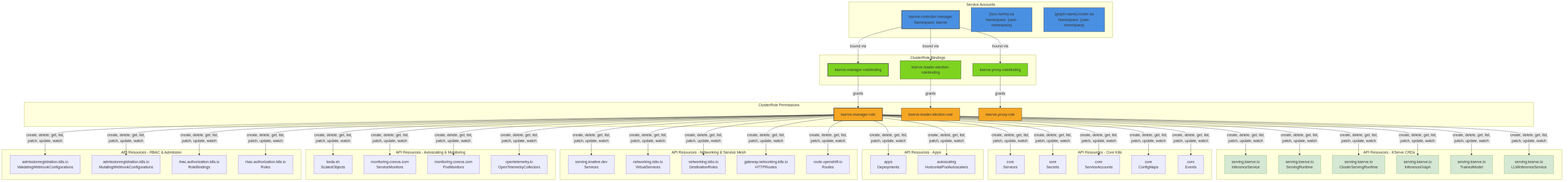
Earlier version of the Mermaid export architecture/rhoai-3.2/diagrams/kserve-rbac.png (rhuss/architecture-context). Its source is kept beside it as architecture/rhoai-3.2/diagrams/kserve-rbac.mmd.
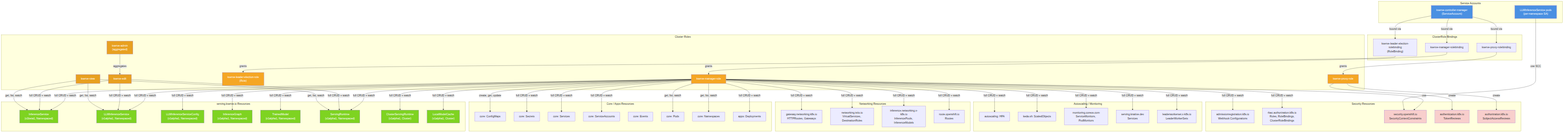
The same file after the commit.

Diff of the diagram source:
```diff
@@ -1,125 +1,141 @@
+
 graph TD
-    subgraph "Service Accounts"
-        SA_Controller[kserve-controller-manager<br/>Namespace: kserve]
-        SA_InferenceService["{isvc-name}-sa<br/>Namespace: {user-namespace}"]
-        SA_Router["{graph-name}-router-sa<br/>Namespace: {user-namespace}"]
+    subgraph ServiceAccounts["Service Accounts"]
+        SA_Controller["kserve-controller-manager<br/>(ServiceAccount)"]
+        SA_LLM["LLMInferenceService pods<br/>(per-namespace SA)"]
     end
 
-    subgraph "ClusterRole Bindings"
-        CRB_Manager[kserve-manager-rolebinding]
-        CRB_LeaderElection[kserve-leader-election-rolebinding]
-        CRB_Proxy[kserve-proxy-rolebinding]
+    subgraph ClusterRoleBindings["ClusterRole Bindings"]
+        CRB_Manager["kserve-manager-rolebinding"]
+        CRB_Proxy["kserve-proxy-rolebinding"]
+        RB_Election["kserve-leader-election-rolebinding<br/>(RoleBinding)"]
     end
 
-    subgraph "ClusterRole Permissions"
-        CR_Manager[kserve-manager-role]
-        CR_LeaderElection[kserve-leader-election-role]
-        CR_Proxy[kserve-proxy-role]
+    subgraph ClusterRoles["Cluster Roles"]
+        CR_Manager["kserve-manager-role"]
+        CR_Proxy["kserve-proxy-role"]
+        CR_Election["kserve-leader-election-role<br/>(Role)"]
+        CR_Admin["kserve-admin<br/>(aggregated)"]
+        CR_Edit["kserve-edit"]
+        CR_View["kserve-view"]
     end
 
-    subgraph "API Resources - KServe CRDs"
-        direction LR
-        InferenceService["serving.kserve.io<br/>InferenceService"]
-        ServingRuntime["serving.kserve.io<br/>ServingRuntime"]
-        ClusterServingRuntime["serving.kserve.io<br/>ClusterServingRuntime"]
-        InferenceGraph["serving.kserve.io<br/>InferenceGraph"]
-        TrainedModel["serving.kserve.io<br/>TrainedModel"]
-        LLMInferenceService["serving.kserve.io<br/>LLMInferenceService"]
+    subgraph KServeCRDs["serving.kserve.io Resources"]
+        InferenceService["InferenceService<br/>(v1beta1, Namespaced)"]
+        LLMInferenceService["LLMInferenceService<br/>(v1alpha1, Namespaced)"]
+        LLMISVCConfig["LLMInferenceServiceConfig<br/>(v1alpha1, Namespaced)"]
+        InferenceGraph["InferenceGraph<br/>(v1alpha1, Namespaced)"]
+        TrainedModel["TrainedModel<br/>(v1alpha1, Namespaced)"]
+        ServingRuntime["ServingRuntime<br/>(v1alpha1, Namespaced)"]
+        ClusterServingRuntime["ClusterServingRuntime<br/>(v1alpha1, Cluster)"]
+        LocalModelCache["LocalModelCache<br/>(v1alpha1, Cluster)"]
     end
 
-    subgraph "API Resources - Core K8s"
-        direction LR
-        Services["core<br/>Services"]
-        Secrets["core<br/>Secrets"]
-        ServiceAccounts["core<br/>ServiceAccounts"]
-        ConfigMaps["core<br/>ConfigMaps"]
-        Events["core<br/>Events"]
+    subgraph CoreResources["Core / Apps Resources"]
+        ConfigMaps["core: ConfigMaps"]
+        Secrets["core: Secrets"]
+        Services["core: Services"]
+        ServiceAccts["core: ServiceAccounts"]
+        Events["core: Events"]
+        Pods["core: Pods"]
+        Namespaces["core: Namespaces"]
+        Deployments["apps: Deployments"]
     end
 
-    subgraph "API Resources - Apps"
-        direction LR
-        Deployments["apps<br/>Deployments"]
-        HPA["autoscaling<br/>HorizontalPodAutoscalers"]
-    end
-
-    subgraph "API Resources - Networking & Service Mesh"
-        direction LR
-        KnativeServices["serving.knative.dev<br/>Services"]
-        VirtualServices["networking.istio.io<br/>VirtualServices"]
-        DestinationRules["networking.istio.io<br/>DestinationRules"]
-        HTTPRoutes["gateway.networking.k8s.io<br/>HTTPRoutes"]
+    subgraph NetworkResources["Networking Resources"]
+        HTTPRoutes["gateway.networking.k8s.io<br/>HTTPRoutes, Gateways"]
+        VirtualServices["networking.istio.io<br/>VirtualServices, DestinationRules"]
+        InferencePools["inference.networking.x-k8s.io<br/>InferencePools, InferenceModels"]
         Routes["route.openshift.io<br/>Routes"]
     end
 
-    subgraph "API Resources - Autoscaling & Monitoring"
-        direction LR
-        ScaledObjects["keda.sh<br/>ScaledObjects"]
-        ServiceMonitors["monitoring.coreos.com<br/>ServiceMonitors"]
-        PodMonitors["monitoring.coreos.com<br/>PodMonitors"]
-        OtelCollectors["opentelemetry.io<br/>OpenTelemetryCollectors"]
+    subgraph AutoscalingResources["Autoscaling / Monitoring"]
+        HPA["autoscaling: HPA"]
+        ScaledObjects["keda.sh: ScaledObjects"]
+        ServiceMonitors["monitoring.coreos.com<br/>ServiceMonitors, PodMonitors"]
+        KnativeServices["serving.knative.dev<br/>Services"]
+        LWS["leaderworkerset.x-k8s.io<br/>LeaderWorkerSets"]
     end
 
-    subgraph "API Resources - RBAC & Admission"
-        direction LR
-        ValidatingWebhooks["admissionregistration.k8s.io<br/>ValidatingWebhookConfigurations"]
-        MutatingWebhooks["admissionregistration.k8s.io<br/>MutatingWebhookConfigurations"]
-        RoleBindings["rbac.authorization.k8s.io<br/>RoleBindings"]
-        Roles["rbac.authorization.k8s.io<br/>Roles"]
+    subgraph SecurityResources["Security Resources"]
+        Webhooks["admissionregistration.k8s.io<br/>Webhook Configurations"]
+        RBAC_Res["rbac.authorization.k8s.io<br/>Roles, RoleBindings,<br/>ClusterRoleBindings"]
+        SCC["security.openshift.io<br/>SecurityContextConstraints"]
+        TokenReviews["authentication.k8s.io<br/>TokenReviews"]
+        SAR["authorization.k8s.io<br/>SubjectAccessReviews"]
     end
 
     SA_Controller -->|bound via| CRB_Manager
-    SA_Controller -->|bound via| CRB_LeaderElection
     SA_Controller -->|bound via| CRB_Proxy
+    SA_Controller -->|bound via| RB_Election
 
     CRB_Manager -->|grants| CR_Manager
-    CRB_LeaderElection -->|grants| CR_LeaderElection
     CRB_Proxy -->|grants| CR_Proxy
+    RB_Election -->|grants| CR_Election
 
-    CR_Manager -->|create, delete, get, list,<br/>patch, update, watch| InferenceService
-    CR_Manager -->|create, delete, get, list,<br/>patch, update, watch| ServingRuntime
-    CR_Manager -->|create, delete, get, list,<br/>patch, update, watch| ClusterServingRuntime
-    CR_Manager -->|create, delete, get, list,<br/>patch, update, watch| InferenceGraph
-    CR_Manager -->|create, delete, get, list,<br/>patch, update, watch| TrainedModel
-    CR_Manager -->|create, delete, get, list,<br/>patch, update, watch| LLMInferenceService
+    CR_Admin -->|aggregates| CR_Edit
 
-    CR_Manager -->|create, delete, get, list,<br/>patch, update, watch| Services
-    CR_Manager -->|create, delete, get, list,<br/>patch, update, watch| Secrets
-    CR_Manager -->|create, delete, get, list,<br/>patch, update, watch| ServiceAccounts
-    CR_Manager -->|create, delete, get, list,<br/>patch, update, watch| ConfigMaps
-    CR_Manager -->|create, delete, get, list,<br/>patch, update, watch| Events
+    CR_Manager -->|"full CRUD + watch"| InferenceService
+    CR_Manager -->|"full CRUD + watch"| LLMInferenceService
+    CR_Manager -->|"full CRUD + watch"| LLMISVCConfig
+    CR_Manager -->|"full CRUD + watch"| InferenceGraph
+    CR_Manager -->|"full CRUD + watch"| TrainedModel
+    CR_Manager -->|"full CRUD + watch"| ServingRuntime
+    CR_Manager -->|"full CRUD + watch"| ClusterServingRuntime
+    CR_Manager -->|"full CRUD + watch"| LocalModelCache
 
-    CR_Manager -->|create, delete, get, list,<br/>patch, update, watch| Deployments
-    CR_Manager -->|create, delete, get, list,<br/>patch, update, watch| HPA
+    CR_Manager -->|"create, get, update"| ConfigMaps
+    CR_Manager -->|"full CRUD + watch"| Secrets
+    CR_Manager -->|"full CRUD + watch"| Services
+    CR_Manager -->|"full CRUD + watch"| ServiceAccts
+    CR_Manager -->|"get, list, watch"| Pods
+    CR_Manager -->|"get, list, watch"| Namespaces
+    CR_Manager -->|"full CRUD + watch"| Deployments
 
-    CR_Manager -->|create, delete, get, list,<br/>patch, update, watch| KnativeServices
-    CR_Manager -->|create, delete, get, list,<br/>patch, update, watch| VirtualServices
-    CR_Manager -->|create, delete, get, list,<br/>patch, update, watch| DestinationRules
-    CR_Manager -->|create, delete, get, list,<br/>patch, update, watch| HTTPRoutes
-    CR_Manager -->|create, delete, get, list,<br/>patch, update, watch| Routes
+    CR_Manager -->|"full CRUD + watch"| HTTPRoutes
+    CR_Manager -->|"full CRUD + watch"| VirtualServices
+    CR_Manager -->|"full CRUD + watch"| InferencePools
+    CR_Manager -->|"full CRUD + watch"| Routes
 
-    CR_Manager -->|create, delete, get, list,<br/>patch, update, watch| ScaledObjects
-    CR_Manager -->|create, delete, get, list,<br/>patch, update, watch| ServiceMonitors
-    CR_Manager -->|create, delete, get, list,<br/>patch, update, watch| PodMonitors
-    CR_Manager -->|create, delete, get, list,<br/>patch, update, watch| OtelCollectors
+    CR_Manager -->|"full CRUD + watch"| HPA
+    CR_Manager -->|"full CRUD + watch"| ScaledObjects
+    CR_Manager -->|"full CRUD + watch"| ServiceMonitors
+    CR_Manager -->|"full CRUD + watch"| KnativeServices
+    CR_Manager -->|"full CRUD + watch"| LWS
 
-    CR_Manager -->|create, delete, get, list,<br/>patch, update, watch| ValidatingWebhooks
-    CR_Manager -->|create, delete, get, list,<br/>patch, update, watch| MutatingWebhooks
-    CR_Manager -->|create, delete, get, list,<br/>patch, update, watch| RoleBindings
-    CR_Manager -->|create, delete, get, list,<br/>patch, update, watch| Roles
+    CR_Manager -->|"full CRUD + watch"| Webhooks
+    CR_Manager -->|"full CRUD + watch"| RBAC_Res
+    CR_Manager -->|"use"| SCC
 
-    style SA_Controller fill:#4a90e2,stroke:#333,stroke-width:2px
-    style SA_InferenceService fill:#4a90e2,stroke:#333
-    style SA_Router fill:#4a90e2,stroke:#333
-    style CR_Manager fill:#f5a623,stroke:#333,stroke-width:2px
-    style CR_LeaderElection fill:#f5a623,stroke:#333
-    style CR_Proxy fill:#f5a623,stroke:#333
-    style CRB_Manager fill:#7ed321,stroke:#333,stroke-width:2px
-    style CRB_LeaderElection fill:#7ed321,stroke:#333
-    style CRB_Proxy fill:#7ed321,stroke:#333
+    CR_Proxy -->|"create"| TokenReviews
+    CR_Proxy -->|"create"| SAR
 
-    style InferenceService fill:#d5e8d4,stroke:#82b366
-    style ServingRuntime fill:#d5e8d4,stroke:#82b366
-    style ClusterServingRuntime fill:#d5e8d4,stroke:#82b366
-    style InferenceGraph fill:#d5e8d4,stroke:#82b366
-    style TrainedModel fill:#d5e8d4,stroke:#82b366
-    style LLMInferenceService fill:#d5e8d4,stroke:#82b366
+    CR_Edit -->|"full CRUD + watch"| InferenceService
+    CR_Edit -->|"full CRUD + watch"| LLMInferenceService
+    CR_Edit -->|"full CRUD + watch"| ServingRuntime
+
+    CR_View -->|"get, list, watch"| InferenceService
+    CR_View -->|"get, list, watch"| LLMInferenceService
+    CR_View -->|"get, list, watch"| ServingRuntime
+
+    SA_LLM -->|"use SCC"| SCC
+
+    style SA_Controller fill:#4a90e2,color:#fff
+    style SA_LLM fill:#4a90e2,color:#fff
+    style CR_Manager fill:#f5a623,color:#fff
+    style CR_Proxy fill:#f5a623,color:#fff
+    style CR_Election fill:#f5a623,color:#fff
+    style CR_Admin fill:#e8a020,color:#fff
+    style CR_Edit fill:#e8a020,color:#fff
+    style CR_View fill:#e8a020,color:#fff
+    style InferenceService fill:#7ed321,color:#fff
+    style LLMInferenceService fill:#7ed321,color:#fff
+    style LLMISVCConfig fill:#7ed321,color:#fff
+    style InferenceGraph fill:#7ed321,color:#fff
+    style TrainedModel fill:#7ed321,color:#fff
+    style ServingRuntime fill:#7ed321,color:#fff
+    style ClusterServingRuntime fill:#7ed321,color:#fff
+    style LocalModelCache fill:#7ed321,color:#fff
+    style SCC fill:#f8cecc
+    style TokenReviews fill:#f8cecc
+    style SAR fill:#f8cecc
```
